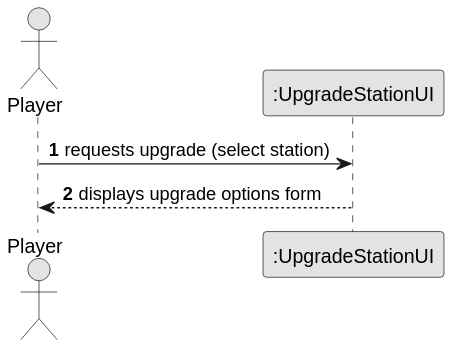
This is docs/system-documentation/US006/03.design/svg/US006-SD-getInput.svg from goncalolopesp/sem2-pi-24.25-g093-repo, a PlantUML export, as it was before one commit.
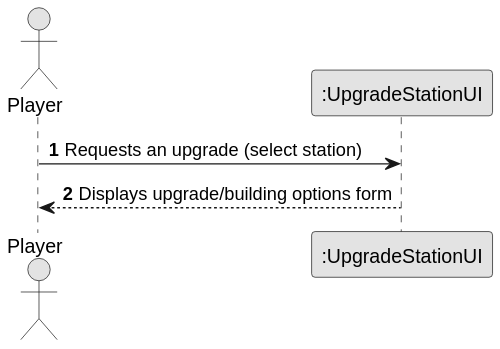
After the commit.

Commit message:
US06 - Added "Validate Upgrade Partial SD" to the Design

The edit, as a diff of the source:
```diff
@@ -8,6 +8,6 @@
 actor "Player" as Player
 participant ":UpgradeStationUI" as UpgradeUI
 
-Player -> UpgradeUI : requests upgrade (select station)
-UpgradeUI --> Player : displays upgrade options form
+Player -> UpgradeUI : Requests an upgrade (select station)
+UpgradeUI --> Player : Displays upgrade/building options form
 @enduml
```
